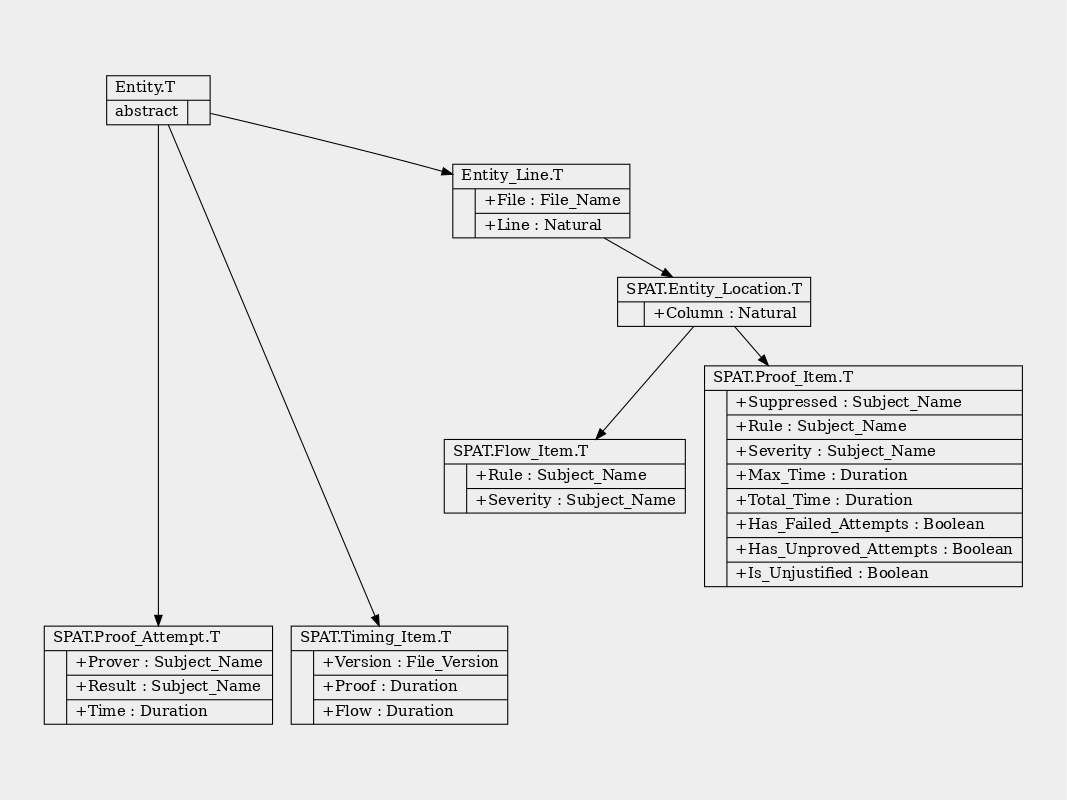
Before: doc/inheritance-tree.png, a diagram exported from Graphviz (HeisenbugLtd/spat). Its source is kept beside it as doc/inheritance-tree.dot.
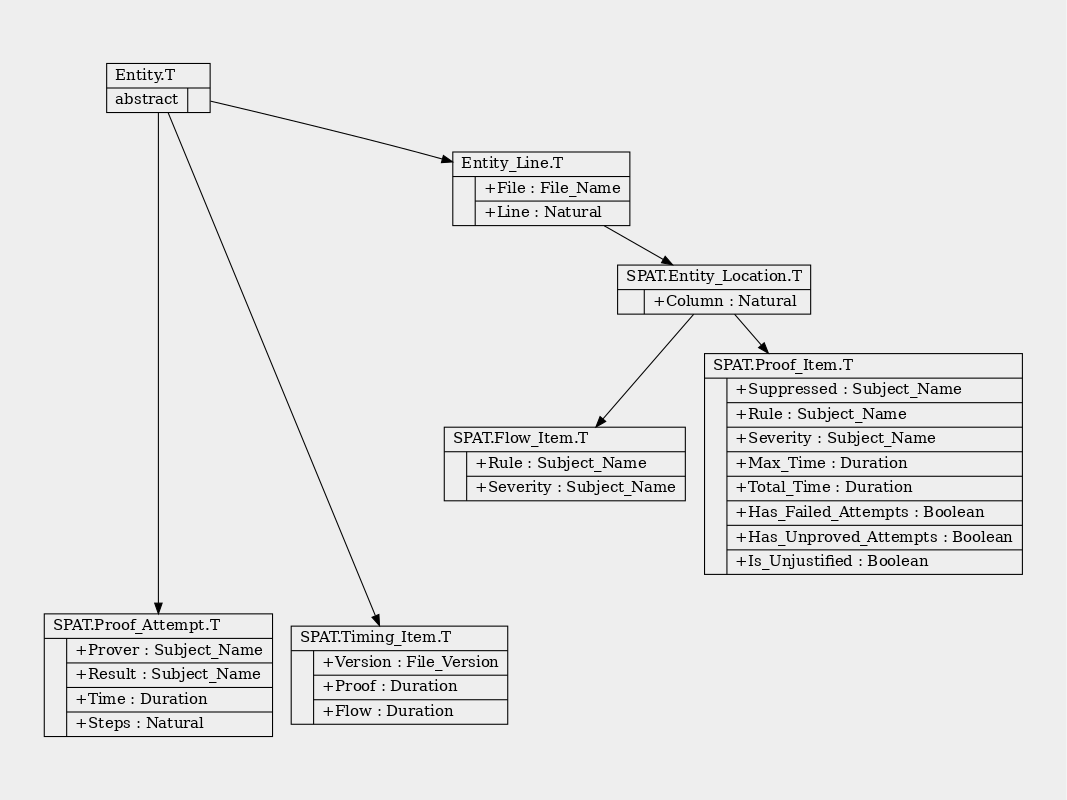
Later version of the same file.

Commit message:
* Updated inheritance tree.

Diff of the diagram source:
```diff
@@ -11,7 +11,7 @@
   "SPAT.Entity_Location.T" [label="{SPAT.Entity_Location.T\l|{|{+Column : Natural\l}}}"];
   "SPAT.Flow_Item.T"       [label="{SPAT.Flow_Item.T\l|{|{+Rule : Subject_Name\l|+Severity : Subject_Name\l}}}"];
   "SPAT.Proof_Item.T"      [label="{SPAT.Proof_Item.T\l|{|{+Suppressed : Subject_Name\l|+Rule : Subject_Name\l|+Severity : Subject_Name\l|+Max_Time : Duration\l|+Total_Time : Duration\l|+Has_Failed_Attempts : Boolean\l|+Has_Unproved_Attempts : Boolean\l|+Is_Unjustified : Boolean\l}}}"];
-  "SPAT.Proof_Attempt.T"   [label="{SPAT.Proof_Attempt.T\l|{|{+Prover : Subject_Name\l|+Result : Subject_Name\l|+Time : Duration\l}}}"];
+  "SPAT.Proof_Attempt.T"   [label="{SPAT.Proof_Attempt.T\l|{|{+Prover : Subject_Name\l|+Result : Subject_Name\l|+Time : Duration\l|+Steps : Natural\l}}}"];
   "SPAT.Timing_Item.T"     [label="{SPAT.Timing_Item.T\l|{|{+Version : File_Version\l|+Proof : Duration\l|+Flow : Duration\l}}}"];
 
 
```
